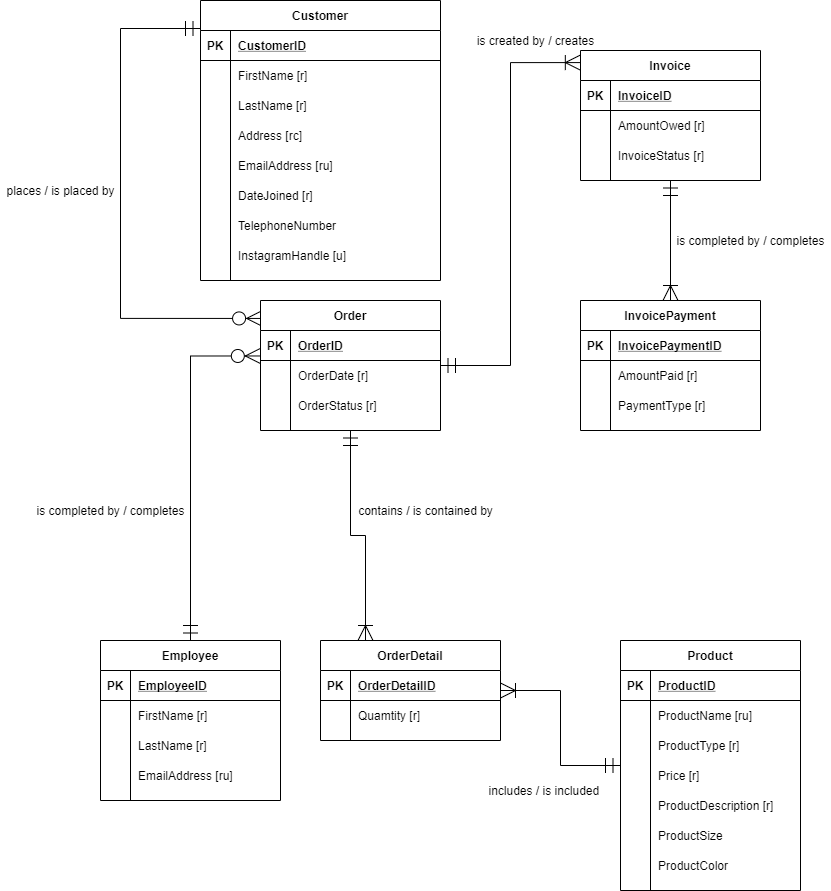
Earlier version of the draw.io export Project/Project Conceptual Model.png (trisxcj1/SyracuseUniversity_IST659). Source tidied: cells renumbered, new cells last; positions are measured from the earlier drawing's top-left corner, leaving out a move shared by most shapes.
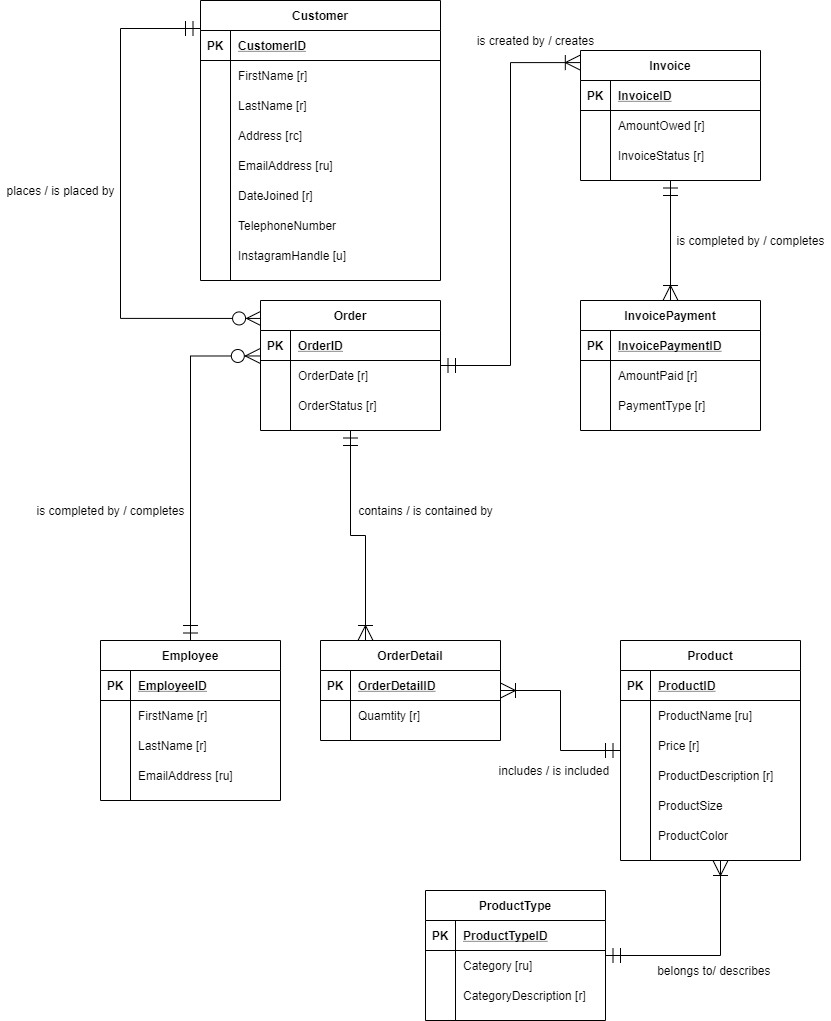
The same diagram one commit later.

Commit message:
added ProductType as an entity

Diff of the diagram source:
```diff
@@ -85,8 +85,15 @@
     <mxCell id="27" value="InstagramHandle [u]" style="shape=partialRectangle;fillColor=none;top=0;left=0;bottom=0;right=0;align=left;spacingLeft=6;overflow=hidden;" parent="25" vertex="1">
       <mxGeometry x="30" width="210" height="30" as="geometry" />
     </mxCell>
+    <mxCell id="111" style="edgeStyle=orthogonalEdgeStyle;rounded=0;jettySize=auto;html=1;endSize=13;startSize=13;endArrow=ERmandOne;endFill=0;startArrow=ERoneToMany;startFill=0;" parent="1" edge="1" source="28" target="112">
+      <mxGeometry relative="1" as="geometry">
+        <Array as="points">
+          <mxPoint x="720" y="955" />
+        </Array>
+      </mxGeometry>
+    </mxCell>
     <mxCell id="28" value="Product" style="shape=table;startSize=30;rowLines=0;fontStyle=1;align=center;" parent="1" vertex="1">
-      <mxGeometry x="620" y="640" width="180" height="250" as="geometry" />
+      <mxGeometry x="620" y="640" width="180" height="220" as="geometry" />
     </mxCell>
     <mxCell id="29" style="shape=partialRectangle;fillColor=none;top=0;left=0;bottom=1;right=0;" parent="28" vertex="1">
       <mxGeometry y="30" width="180" height="30" as="geometry" />
@@ -106,17 +113,8 @@
     <mxCell id="34" value="ProductName [ru]" style="shape=partialRectangle;fillColor=none;top=0;left=0;bottom=0;right=0;align=left;spacingLeft=6;overflow=hidden;" parent="32" vertex="1">
       <mxGeometry x="30" width="150" height="30" as="geometry" />
     </mxCell>
-    <mxCell id="35" style="shape=partialRectangle;fillColor=none;top=0;left=0;bottom=0;right=0;" parent="28" vertex="1">
-      <mxGeometry y="90" width="180" height="30" as="geometry" />
-    </mxCell>
-    <mxCell id="36" style="shape=partialRectangle;fillColor=none;top=0;left=0;bottom=0;right=0;overflow=hidden;" parent="35" vertex="1">
-      <mxGeometry width="30" height="30" as="geometry" />
-    </mxCell>
-    <mxCell id="37" value="ProductType [r]" style="shape=partialRectangle;fillColor=none;top=0;left=0;bottom=0;right=0;align=left;spacingLeft=6;overflow=hidden;" parent="35" vertex="1">
-      <mxGeometry x="30" width="150" height="30" as="geometry" />
-    </mxCell>
     <mxCell id="38" style="shape=partialRectangle;fillColor=none;top=0;left=0;bottom=0;right=0;" parent="28" vertex="1">
-      <mxGeometry y="120" width="180" height="30" as="geometry" />
+      <mxGeometry y="90" width="180" height="30" as="geometry" />
     </mxCell>
     <mxCell id="39" style="shape=partialRectangle;fillColor=none;top=0;left=0;bottom=0;right=0;overflow=hidden;" parent="38" vertex="1">
       <mxGeometry width="30" height="30" as="geometry" />
@@ -125,7 +123,7 @@
       <mxGeometry x="30" width="150" height="30" as="geometry" />
     </mxCell>
     <mxCell id="41" style="shape=partialRectangle;fillColor=none;top=0;left=0;bottom=0;right=0;" parent="28" vertex="1">
-      <mxGeometry y="150" width="180" height="30" as="geometry" />
+      <mxGeometry y="120" width="180" height="30" as="geometry" />
     </mxCell>
     <mxCell id="42" style="shape=partialRectangle;fillColor=none;top=0;left=0;bottom=0;right=0;overflow=hidden;" parent="41" vertex="1">
       <mxGeometry width="30" height="30" as="geometry" />
@@ -134,7 +132,7 @@
       <mxGeometry x="30" width="150" height="30" as="geometry" />
     </mxCell>
     <mxCell id="44" style="shape=partialRectangle;fillColor=none;top=0;left=0;bottom=0;right=0;" parent="28" vertex="1">
-      <mxGeometry y="180" width="180" height="30" as="geometry" />
+      <mxGeometry y="150" width="180" height="30" as="geometry" />
     </mxCell>
     <mxCell id="45" style="shape=partialRectangle;fillColor=none;top=0;left=0;bottom=0;right=0;overflow=hidden;" parent="44" vertex="1">
       <mxGeometry width="30" height="30" as="geometry" />
@@ -143,7 +141,7 @@
       <mxGeometry x="30" width="150" height="30" as="geometry" />
     </mxCell>
     <mxCell id="47" style="shape=partialRectangle;fillColor=none;top=0;left=0;bottom=0;right=0;" parent="28" vertex="1">
-      <mxGeometry y="210" width="180" height="30" as="geometry" />
+      <mxGeometry y="180" width="180" height="30" as="geometry" />
     </mxCell>
     <mxCell id="48" style="shape=partialRectangle;fillColor=none;top=0;left=0;bottom=0;right=0;overflow=hidden;" parent="47" vertex="1">
       <mxGeometry width="30" height="30" as="geometry" />
@@ -330,7 +328,7 @@
       <mxGeometry x="350" y="500" width="150" height="20" as="geometry" />
     </mxCell>
     <mxCell id="108" value="includes / is included&amp;nbsp;" style="text;html=1;align=center;verticalAlign=middle;" parent="1" vertex="1">
-      <mxGeometry x="480" y="780" width="130" height="20" as="geometry" />
+      <mxGeometry x="490" y="760" width="130" height="20" as="geometry" />
     </mxCell>
     <mxCell id="109" value="is created by / creates" style="text;html=1;align=center;verticalAlign=middle;" parent="1" vertex="1">
       <mxGeometry x="470" y="30" width="130" height="20" as="geometry" />
@@ -338,5 +336,38 @@
     <mxCell id="110" value="is completed by / completes" style="text;html=1;align=center;verticalAlign=middle;" parent="1" vertex="1">
       <mxGeometry x="670" y="230" width="160" height="20" as="geometry" />
     </mxCell>
+    <mxCell id="112" value="ProductType" style="shape=table;startSize=30;rowLines=0;fontStyle=1;align=center;" parent="1" vertex="1">
+      <mxGeometry x="425" y="890" width="180" height="130" as="geometry" />
+    </mxCell>
+    <mxCell id="113" style="shape=partialRectangle;fillColor=none;top=0;left=0;bottom=1;right=0;" parent="112" vertex="1">
+      <mxGeometry y="30" width="180" height="30" as="geometry" />
+    </mxCell>
+    <mxCell id="114" value="PK" style="shape=partialRectangle;fillColor=none;top=0;left=0;bottom=0;right=0;fontStyle=1;overflow=hidden;" parent="113" vertex="1">
+      <mxGeometry width="30" height="30" as="geometry" />
+    </mxCell>
+    <mxCell id="115" value="ProductTypeID" style="shape=partialRectangle;fillColor=none;top=0;left=0;bottom=0;right=0;align=left;spacingLeft=6;fontStyle=5;overflow=hidden;" parent="113" vertex="1">
+      <mxGeometry x="30" width="150" height="30" as="geometry" />
+    </mxCell>
+    <mxCell id="116" style="shape=partialRectangle;fillColor=none;top=0;left=0;bottom=0;right=0;" parent="112" vertex="1">
+      <mxGeometry y="60" width="180" height="30" as="geometry" />
+    </mxCell>
+    <mxCell id="117" style="shape=partialRectangle;fillColor=none;top=0;left=0;bottom=0;right=0;overflow=hidden;" parent="116" vertex="1">
+      <mxGeometry width="30" height="30" as="geometry" />
+    </mxCell>
+    <mxCell id="118" value="Category [ru]" style="shape=partialRectangle;fillColor=none;top=0;left=0;bottom=0;right=0;align=left;spacingLeft=6;overflow=hidden;" parent="116" vertex="1">
+      <mxGeometry x="30" width="150" height="30" as="geometry" />
+    </mxCell>
+    <mxCell id="35" style="shape=partialRectangle;fillColor=none;top=0;left=0;bottom=0;right=0;" parent="112" vertex="1">
+      <mxGeometry y="90" width="180" height="30" as="geometry" />
+    </mxCell>
+    <mxCell id="119" style="shape=partialRectangle;fillColor=none;top=0;left=0;bottom=0;right=0;overflow=hidden;" parent="35" vertex="1">
+      <mxGeometry width="30" height="30" as="geometry" />
+    </mxCell>
+    <mxCell id="120" value="CategoryDescription [r]" style="shape=partialRectangle;fillColor=none;top=0;left=0;bottom=0;right=0;align=left;spacingLeft=6;overflow=hidden;" parent="35" vertex="1">
+      <mxGeometry x="30" width="150" height="30" as="geometry" />
+    </mxCell>
+    <mxCell id="121" value="belongs to/ describes&amp;nbsp;" style="text;html=1;align=center;verticalAlign=middle;" parent="1" vertex="1">
+      <mxGeometry x="650" y="960" width="130" height="20" as="geometry" />
+    </mxCell>
   </root>
 </mxGraphModel>
```
